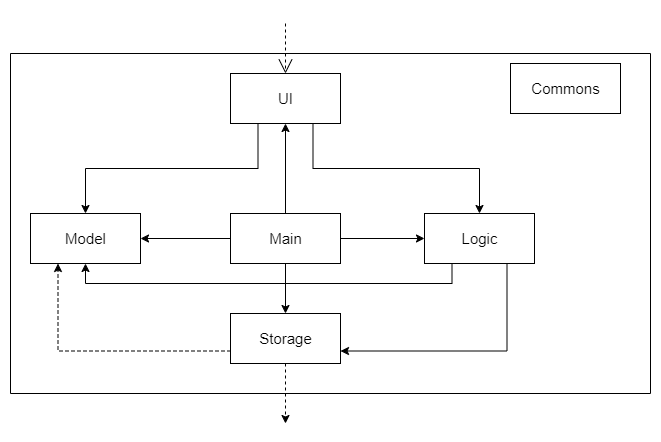
This is docs/images/archi/ArchitectureClassDiagram.png from nus-cs2103-AY2223S2/tp, a draw.io export, as it was before one commit. Source tidied: cells renumbered, new cells last; positions are measured from the earlier drawing's top-left corner, leaving out a move shared by most shapes.
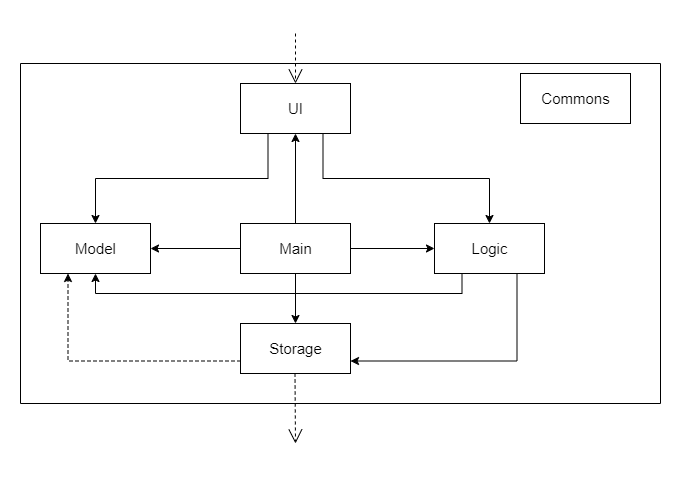
After the change.

Diff of the diagram source:
```diff
@@ -55,10 +55,11 @@
         <mxPoint x="275" as="sourcePoint" />
       </mxGeometry>
     </mxCell>
-    <mxCell id="19" style="edgeStyle=orthogonalEdgeStyle;rounded=0;jettySize=auto;html=1;fontSize=15;dashed=1;exitX=0.5;exitY=1;exitDx=0;exitDy=0;" parent="1" edge="1" source="12">
-      <mxGeometry relative="1" as="geometry">
-        <mxPoint x="275" y="400" as="targetPoint" />
-      </mxGeometry>
-    </mxCell>
+    <mxCell id="20" style="endArrow=open;endSize=12;dashed=1;html=1;rounded=0;fontSize=15;" parent="1" edge="1">
+      <mxGeometry y="45" relative="1" as="geometry">
+        <mxPoint x="274.5" y="340" as="sourcePoint" />
+        <mxPoint x="275" y="410" as="targetPoint" />
+      </mxGeometry>
+    </mxCell>
   </root>
 </mxGraphModel>
```
